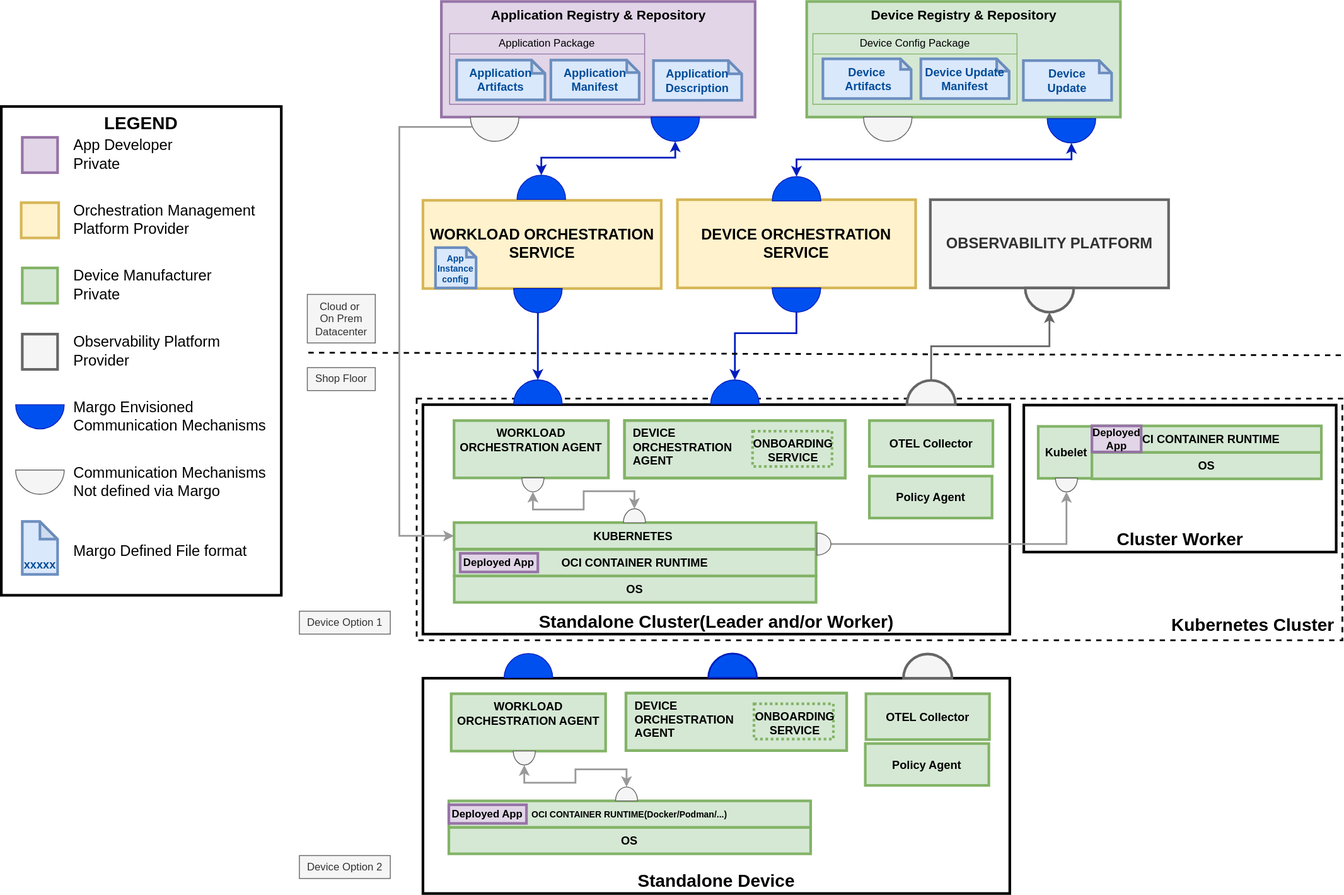
The draw.io diagram system-design/figures/System-design.drawio.svg in margo/specification, before a commit. Source tidied: cells renumbered, new cells last; positions are measured from the earlier drawing's top-left corner, leaving out a move shared by most shapes.
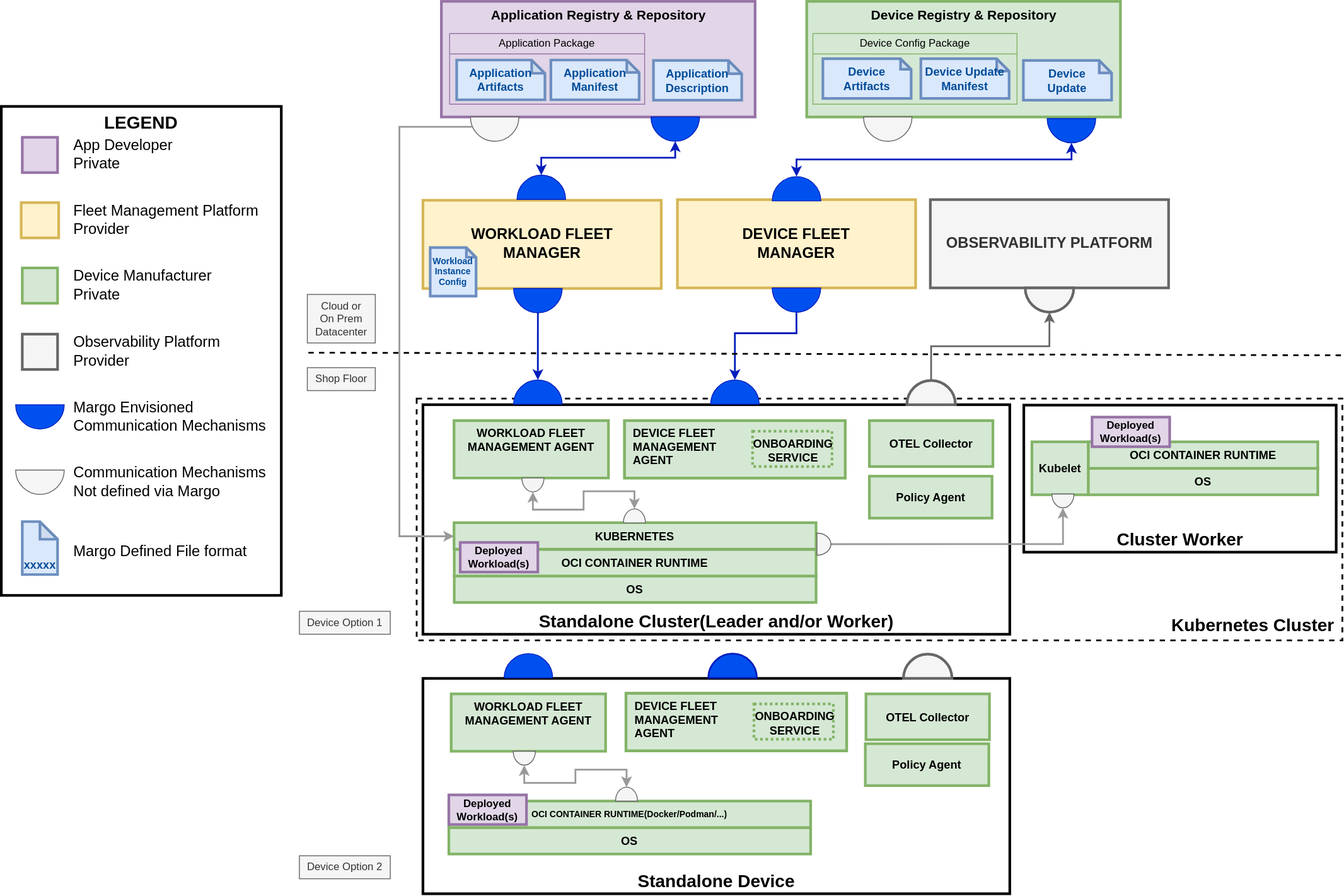
Above is the later version.

Commit message:
Updated System Design based on new technical lexicon Signed-off-by: Armand Craig <ajcraig@rockwellautomation.com>

Change to the diagram source:
```diff
@@ -22,13 +22,13 @@
     <mxCell id="6" style="verticalLabelPosition=bottom;verticalAlign=top;html=1;shape=mxgraph.basic.half_circle;fillColor=#0050ef;rounded=0;fontFamily=Helvetica;fontColor=#ffffff;strokeColor=#001DBC;fontStyle=0;" parent="1" vertex="1">
       <mxGeometry x="736.2" y="308" width="55" height="27.5" as="geometry" />
     </mxCell>
-    <mxCell id="7" value="WORKLOAD ORCHESTRATION SERVICE" style="whiteSpace=wrap;align=center;verticalAlign=middle;fontStyle=1;strokeWidth=3;fillColor=#fff2cc;strokeColor=#d6b656;fontSize=17;rounded=0;spacingRight=5;spacingLeft=5;fontFamily=Helvetica;" parent="1" vertex="1">
+    <mxCell id="7" value="WORKLOAD FLEET &#10;MANAGER" style="whiteSpace=wrap;align=center;verticalAlign=middle;fontStyle=1;strokeWidth=3;fillColor=#fff2cc;strokeColor=#d6b656;fontSize=17;rounded=0;spacingRight=5;spacingLeft=5;fontFamily=Helvetica;" parent="1" vertex="1">
       <mxGeometry x="477.8" y="402.3" width="270" height="100" as="geometry" />
     </mxCell>
     <mxCell id="8" style="verticalLabelPosition=bottom;verticalAlign=top;html=1;shape=mxgraph.basic.half_circle;fillColor=#0050ef;rotation=-180;rounded=0;fontFamily=Helvetica;fontColor=#ffffff;strokeColor=#001DBC;fontStyle=0;" parent="1" vertex="1">
       <mxGeometry x="584.4" y="373.8" width="55" height="27.5" as="geometry" />
     </mxCell>
-    <mxCell id="9" value="DEVICE ORCHESTRATION SERVICE" style="whiteSpace=wrap;align=center;verticalAlign=middle;fontStyle=1;strokeWidth=3;fillColor=#fff2cc;strokeColor=#d6b656;fontSize=17;rounded=0;spacingRight=5;spacingLeft=5;fontFamily=Helvetica;fontColor=default;" parent="1" vertex="1">
+    <mxCell id="9" value="DEVICE FLEET&#10;MANAGER" style="whiteSpace=wrap;align=center;verticalAlign=middle;fontStyle=1;strokeWidth=3;fillColor=#fff2cc;strokeColor=#d6b656;fontSize=17;rounded=0;spacingRight=5;spacingLeft=5;fontFamily=Helvetica;fontColor=default;" parent="1" vertex="1">
       <mxGeometry x="766.1" y="401.6" width="270" height="100" as="geometry" />
     </mxCell>
     <mxCell id="10" style="edgeStyle=orthogonalEdgeStyle;rounded=0;jettySize=auto;html=1;fillColor=#0050ef;strokeColor=#001DBC;startArrow=none;startFill=0;strokeWidth=2;fontFamily=Helvetica;exitX=0.5;exitY=1;exitDx=0;exitDy=0;exitPerimeter=0;entryX=0.5;entryY=1;entryDx=0;entryDy=0;entryPerimeter=0;align=center;verticalAlign=middle;fontSize=11;fontColor=default;labelBackgroundColor=default;elbow=horizontal;endArrow=classic;fontStyle=0;" parent="1" edge="1" source="11" target="40">
@@ -67,7 +67,7 @@
       <mxGeometry x="1158.7" y="634.4" width="354" height="166.6" as="geometry" />
     </mxCell>
     <mxCell id="20" value="Kubelet" style="whiteSpace=wrap;align=center;verticalAlign=middle;fontStyle=1;strokeWidth=3;fontSize=13;rounded=0;fillColor=#d5e8d4;strokeColor=#82b366;fontFamily=Helvetica;" parent="1" vertex="1">
-      <mxGeometry x="1175" y="658.6" width="64" height="58.8" as="geometry" />
+      <mxGeometry x="1167.8" y="676" width="64" height="60" as="geometry" />
     </mxCell>
     <mxCell id="21" style="edgeStyle=orthogonalEdgeStyle;rounded=0;jettySize=auto;html=1;exitX=0.5;exitY=1;exitDx=0;exitDy=0;startArrow=classic;startFill=1;fillColor=#dae8fc;strokeColor=#999999;fontSize=11;verticalAlign=middle;strokeWidth=2;exitPerimeter=0;entryX=0.5;entryY=1;entryDx=0;entryDy=0;entryPerimeter=0;align=center;fontFamily=Helvetica;fontColor=default;labelBackgroundColor=default;endArrow=classic;fontStyle=0;elbow=horizontal;endFill=1;" parent="1" edge="1" source="42" target="22">
       <mxGeometry relative="1" as="geometry" />
@@ -84,14 +84,14 @@
     <mxCell id="25" style="verticalLabelPosition=bottom;verticalAlign=middle;html=1;shape=mxgraph.basic.half_circle;fillColor=#f5f5f5;strokeColor=#666666;rounded=0;fontColor=#333333;rotation=-180;fontFamily=Helvetica;fontStyle=1;strokeWidth=3;align=center;fontSize=12;" parent="1" vertex="1">
       <mxGeometry x="1022.3" y="916.5" width="55" height="27.5" as="geometry" />
     </mxCell>
-    <mxCell id="26" value="WORKLOAD&#10;ORCHESTRATION AGENT" style="whiteSpace=wrap;align=center;verticalAlign=top;fontStyle=1;strokeWidth=3;fontSize=13;rounded=0;fontFamily=Helvetica;fillColor=#d5e8d4;strokeColor=#82b366;" parent="1" vertex="1">
+    <mxCell id="26" value="WORKLOAD FLEET MANAGEMENT AGENT" style="whiteSpace=wrap;align=center;verticalAlign=top;fontStyle=1;strokeWidth=3;fontSize=13;rounded=0;fontFamily=Helvetica;fillColor=#d5e8d4;strokeColor=#82b366;" parent="1" vertex="1">
       <mxGeometry x="509.8" y="961.6" width="175" height="65" as="geometry" />
     </mxCell>
     <mxCell id="27" style="verticalLabelPosition=bottom;verticalAlign=top;html=1;shape=mxgraph.basic.half_circle;fillColor=#0050ef;rotation=-180;rounded=0;fontFamily=Helvetica;fontColor=#ffffff;strokeColor=#001DBC;fontStyle=0;" parent="1" vertex="1">
       <mxGeometry x="569.8" y="916" width="55" height="27.5" as="geometry" />
     </mxCell>
     <mxCell id="28" style="verticalLabelPosition=bottom;verticalAlign=top;html=1;shape=mxgraph.basic.half_circle;fillColor=#f5f5f5;rotation=0;rounded=0;fontFamily=Helvetica;fontColor=#333333;strokeColor=#666666;fontStyle=0;" parent="1" vertex="1">
-      <mxGeometry x="1194.5" y="717.1" width="25" height="15.8" as="geometry" />
+      <mxGeometry x="1190.5" y="735.1" width="25" height="15.8" as="geometry" />
     </mxCell>
     <mxCell id="29" value="Policy Agent" style="whiteSpace=wrap;align=center;verticalAlign=middle;fontStyle=1;strokeWidth=3;fontSize=13;rounded=0;fillColor=#d5e8d4;strokeColor=#82b366;fontFamily=Helvetica;" parent="1" vertex="1">
       <mxGeometry x="983.7" y="714.9" width="139" height="47.5" as="geometry" />
@@ -99,7 +99,7 @@
     <mxCell id="30" value="OTEL Collector" style="whiteSpace=wrap;align=center;verticalAlign=middle;fontStyle=1;strokeWidth=3;fontSize=13;rounded=0;fillColor=#d5e8d4;strokeColor=#82b366;fontFamily=Helvetica;" parent="1" vertex="1">
       <mxGeometry x="983.7" y="652" width="140" height="52" as="geometry" />
     </mxCell>
-    <mxCell id="31" value="WORKLOAD&#10;ORCHESTRATION AGENT" style="whiteSpace=wrap;align=center;verticalAlign=top;fontStyle=1;strokeWidth=3;fontSize=13;rounded=0;fontFamily=Helvetica;fillColor=#d5e8d4;strokeColor=#82b366;" parent="1" vertex="1">
+    <mxCell id="31" value="WORKLOAD FLEET MANAGEMENT AGENT" style="whiteSpace=wrap;align=center;verticalAlign=top;fontStyle=1;strokeWidth=3;fontSize=13;rounded=0;fontFamily=Helvetica;fillColor=#d5e8d4;strokeColor=#82b366;" parent="1" vertex="1">
       <mxGeometry x="513" y="652" width="175" height="65" as="geometry" />
     </mxCell>
     <mxCell id="32" style="edgeStyle=orthogonalEdgeStyle;rounded=0;jettySize=auto;html=1;exitX=0.5;exitY=1;exitDx=0;exitDy=0;exitPerimeter=0;entryX=0.5;entryY=1;entryDx=0;entryDy=0;entryPerimeter=0;strokeColor=#999999;strokeWidth=2;align=center;verticalAlign=middle;fontFamily=Helvetica;fontSize=11;fontColor=default;labelBackgroundColor=default;startArrow=none;startFill=0;endArrow=classic;fillColor=#dae8fc;fontStyle=0;elbow=horizontal;endFill=1;" parent="1" edge="1" source="83" target="28">
@@ -111,7 +111,7 @@
     <mxCell id="34" style="group;rounded=0;strokeColor=#82b366;strokeWidth=3;align=center;verticalAlign=top;fontFamily=Helvetica;fontSize=13;fontColor=default;fontStyle=1;fillColor=#d5e8d4;" parent="33" vertex="1">
       <mxGeometry width="250" height="65" as="geometry" />
     </mxCell>
-    <mxCell id="35" value="DEVICE&#10;ORCHESTRATION&#10;AGENT" style="whiteSpace=wrap;align=left;verticalAlign=top;fontStyle=1;strokeWidth=3;fillColor=#d5e8d4;strokeColor=#82b366;fontSize=13;rounded=0;spacingRight=5;spacingLeft=8;fontColor=default;fontFamily=Helvetica;" parent="34" vertex="1">
+    <mxCell id="35" value="DEVICE FLEET &#10;MANAGEMENT&#10;AGENT" style="whiteSpace=wrap;align=left;verticalAlign=top;fontStyle=1;strokeWidth=3;fillColor=#d5e8d4;strokeColor=#82b366;fontSize=13;rounded=0;spacingRight=5;spacingLeft=8;fontColor=default;fontFamily=Helvetica;" parent="34" vertex="1">
       <mxGeometry width="250" height="65" as="geometry" />
     </mxCell>
     <mxCell id="36" value="ONBOARDING SERVICE" style="whiteSpace=wrap;align=center;verticalAlign=top;fontStyle=1;strokeWidth=3;fillColor=#d5e8d4;strokeColor=#82b366;fontSize=13;rounded=0;spacingRight=5;spacingLeft=8;fontColor=default;dashed=1;dashPattern=1 1;fontFamily=Helvetica;" parent="34" vertex="1">
@@ -206,8 +206,8 @@
     <mxCell id="58" value="Application Description" style="shape=note;whiteSpace=wrap;html=1;backgroundOutline=1;darkOpacity=0.05;rounded=0;hachureGap=4;fontFamily=Helvetica;fontSize=13;fillColor=#dae8fc;strokeColor=#6c8ebf;fontColor=#004C99;fontStyle=1;verticalAlign=middle;size=15;labelBackgroundColor=none;labelBorderColor=none;strokeWidth=3;" parent="1" vertex="1">
       <mxGeometry x="739" y="244" width="100" height="45" as="geometry" />
     </mxCell>
-    <mxCell id="59" value="App&lt;br&gt;Instance&lt;br&gt;config" style="shape=note;whiteSpace=wrap;html=1;backgroundOutline=1;darkOpacity=0.05;rounded=0;hachureGap=4;fontFamily=Helvetica;fontSize=10;fillColor=#dae8fc;strokeColor=#6c8ebf;fontColor=#004C99;fontStyle=1;verticalAlign=top;size=11;strokeWidth=3;" parent="1" vertex="1">
-      <mxGeometry x="492" y="455.9" width="46" height="45.7" as="geometry" />
+    <mxCell id="59" value="Workload&lt;div&gt;Instance&lt;/div&gt;&lt;div&gt;Config&lt;/div&gt;" style="shape=note;whiteSpace=wrap;html=1;backgroundOutline=1;darkOpacity=0.05;rounded=0;hachureGap=4;fontFamily=Helvetica;fontSize=10;fillColor=#dae8fc;strokeColor=#6c8ebf;fontColor=#004C99;fontStyle=1;verticalAlign=middle;size=11;strokeWidth=3;" parent="1" vertex="1">
+      <mxGeometry x="486" y="455.9" width="52" height="55.1" as="geometry" />
     </mxCell>
     <mxCell id="60" value="Device&lt;br&gt;Update" style="shape=note;whiteSpace=wrap;html=1;backgroundOutline=1;darkOpacity=0.05;rounded=0;hachureGap=4;fontFamily=Helvetica;fontSize=13;fillColor=#dae8fc;strokeColor=#6c8ebf;fontColor=#004C99;fontStyle=1;verticalAlign=middle;size=14;labelBackgroundColor=none;labelBorderColor=none;strokeWidth=3;" parent="1" vertex="1">
       <mxGeometry x="1158.2" y="244" width="100" height="45" as="geometry" />
@@ -218,7 +218,7 @@
     <mxCell id="62" style="group;rounded=0;strokeColor=#82b366;strokeWidth=3;align=center;verticalAlign=top;fontFamily=Helvetica;fontSize=13;fontColor=default;fontStyle=1;fillColor=#d5e8d4;" parent="61" vertex="1">
       <mxGeometry width="250" height="65" as="geometry" />
     </mxCell>
-    <mxCell id="63" value="DEVICE&#10;ORCHESTRATION&#10;AGENT" style="whiteSpace=wrap;align=left;verticalAlign=top;fontStyle=1;strokeWidth=3;fillColor=#d5e8d4;strokeColor=#82b366;fontSize=13;rounded=0;spacingRight=5;spacingLeft=8;fontColor=default;fontFamily=Helvetica;" parent="62" vertex="1">
+    <mxCell id="63" value="DEVICE FLEET &#10;MANAGEMENT&#10;AGENT" style="whiteSpace=wrap;align=left;verticalAlign=top;fontStyle=1;strokeWidth=3;fillColor=#d5e8d4;strokeColor=#82b366;fontSize=13;rounded=0;spacingRight=5;spacingLeft=8;fontColor=default;fontFamily=Helvetica;" parent="62" vertex="1">
       <mxGeometry width="250" height="65" as="geometry" />
     </mxCell>
     <mxCell id="64" value="ONBOARDING SERVICE" style="whiteSpace=wrap;align=center;verticalAlign=top;fontStyle=1;strokeWidth=3;fillColor=#d5e8d4;strokeColor=#82b366;fontSize=13;rounded=0;spacingRight=5;spacingLeft=8;fontColor=default;dashed=1;dashPattern=1 1;fontFamily=Helvetica;" parent="62" vertex="1">
@@ -242,8 +242,8 @@
     <mxCell id="70" value="OCI CONTAINER RUNTIME" style="whiteSpace=wrap;align=center;verticalAlign=middle;fontStyle=1;strokeWidth=3;fillColor=#d5e8d4;strokeColor=#82b366;fontSize=13;rounded=0;spacingRight=5;spacingLeft=5;fontFamily=Helvetica;" parent="68" vertex="1">
       <mxGeometry width="410" height="30" as="geometry" />
     </mxCell>
-    <mxCell id="71" value="Deployed App" style="rounded=0;whiteSpace=wrap;html=1;strokeColor=#9673a6;strokeWidth=3;align=center;verticalAlign=middle;fontFamily=Helvetica;fontSize=12;fontColor=default;fontStyle=1;fillColor=#e1d5e7;" parent="68" vertex="1">
-      <mxGeometry x="6.8" y="4.4" width="88" height="21.1" as="geometry" />
+    <mxCell id="71" value="Deployed&lt;div&gt;Workload(s)&lt;/div&gt;" style="rounded=0;whiteSpace=wrap;html=1;strokeColor=#9673a6;strokeWidth=3;align=center;verticalAlign=middle;fontFamily=Helvetica;fontSize=12;fontColor=default;fontStyle=1;fillColor=#e1d5e7;" parent="68" vertex="1">
+      <mxGeometry x="6.8" y="-8" width="88" height="33.6" as="geometry" />
     </mxCell>
     <mxCell id="72" style="group;" parent="1" vertex="1">
       <mxGeometry x="507.1" y="1083" width="410" height="60" as="geometry" />
@@ -254,11 +254,11 @@
     <mxCell id="74" value="OCI CONTAINER RUNTIME(Docker/Podman/...)" style="whiteSpace=wrap;align=center;verticalAlign=middle;fontStyle=1;strokeWidth=3;fillColor=#d5e8d4;strokeColor=#82b366;fontSize=10;rounded=0;spacingRight=5;spacingLeft=5;fontFamily=Helvetica;" parent="72" vertex="1">
       <mxGeometry width="410" height="30" as="geometry" />
     </mxCell>
-    <mxCell id="75" value="Deployed App" style="rounded=0;whiteSpace=wrap;html=1;strokeColor=#9673a6;strokeWidth=3;align=center;verticalAlign=middle;fontFamily=Helvetica;fontSize=12;fontColor=default;fontStyle=1;fillColor=#e1d5e7;" parent="72" vertex="1">
-      <mxGeometry y="4.4" width="88" height="21.1" as="geometry" />
-    </mxCell>
+    <mxCell id="99" value="Deployed&lt;div&gt;Workload(s)&lt;/div&gt;" style="rounded=0;whiteSpace=wrap;html=1;strokeColor=#9673a6;strokeWidth=3;align=center;verticalAlign=middle;fontFamily=Helvetica;fontSize=12;fontColor=default;fontStyle=1;fillColor=#e1d5e7;" parent="72" vertex="1">
+      <mxGeometry y="-7" width="88" height="33.6" as="geometry" />
+    </mxCell>
     <mxCell id="76" style="group;" parent="1" vertex="1">
-      <mxGeometry x="1235.8" y="658" width="260" height="60" as="geometry" />
+      <mxGeometry x="1231.8" y="676" width="260" height="60" as="geometry" />
     </mxCell>
     <mxCell id="77" value="OS" style="whiteSpace=wrap;align=center;verticalAlign=middle;fontStyle=1;strokeWidth=3;fillColor=#d5e8d4;strokeColor=#82b366;fontSize=13;rounded=0;spacingRight=5;spacingLeft=5;fontFamily=Helvetica;" parent="76" vertex="1">
       <mxGeometry y="30" width="260" height="30" as="geometry" />
@@ -266,9 +266,6 @@
     <mxCell id="78" value="OCI CONTAINER RUNTIME" style="whiteSpace=wrap;align=center;verticalAlign=middle;fontStyle=1;strokeWidth=3;fillColor=#d5e8d4;strokeColor=#82b366;fontSize=13;rounded=0;spacingRight=5;spacingLeft=5;fontFamily=Helvetica;" parent="76" vertex="1">
       <mxGeometry width="260" height="30" as="geometry" />
     </mxCell>
-    <mxCell id="79" value="Deployed App" style="rounded=0;whiteSpace=wrap;html=1;strokeColor=#9673a6;strokeWidth=3;align=center;verticalAlign=middle;fontFamily=Helvetica;fontSize=12;fontColor=default;fontStyle=1;fillColor=#e1d5e7;" parent="76" vertex="1">
-      <mxGeometry width="55.8" height="29.6" as="geometry" />
-    </mxCell>
     <mxCell id="80" style="edgeStyle=orthogonalEdgeStyle;rounded=0;jettySize=auto;html=1;exitX=0.5;exitY=1;exitDx=0;exitDy=0;startArrow=classic;startFill=1;fillColor=#dae8fc;strokeColor=#999999;fontSize=11;verticalAlign=middle;strokeWidth=2;exitPerimeter=0;entryX=0.5;entryY=1;entryDx=0;entryDy=0;entryPerimeter=0;align=center;fontFamily=Helvetica;fontColor=default;labelBackgroundColor=default;endArrow=classic;fontStyle=0;elbow=horizontal;endFill=1;" parent="1" edge="1" source="82" target="81">
       <mxGeometry relative="1" as="geometry" />
     </mxCell>
@@ -305,7 +302,7 @@
     <mxCell id="91" style="whiteSpace=wrap;align=center;verticalAlign=middle;fontStyle=1;strokeWidth=3;fillColor=#fff2cc;strokeColor=#d6b656;fontSize=17;rounded=0;fontFamily=Helvetica;" parent="1" vertex="1">
       <mxGeometry x="22.5" y="405" width="42.5" height="40" as="geometry" />
     </mxCell>
-    <mxCell id="92" value="Orchestration Management Platform Provider" style="text;html=1;strokeColor=none;fillColor=none;align=left;verticalAlign=middle;whiteSpace=wrap;rounded=0;fontSize=17;fontFamily=Helvetica;" parent="1" vertex="1">
+    <mxCell id="92" value="Fleet Management Platform Provider" style="text;html=1;strokeColor=none;fillColor=none;align=left;verticalAlign=middle;whiteSpace=wrap;rounded=0;fontSize=17;fontFamily=Helvetica;" parent="1" vertex="1">
       <mxGeometry x="80" y="410" width="242.5" height="30" as="geometry" />
     </mxCell>
     <mxCell id="93" value="xxxxx" style="shape=note;whiteSpace=wrap;html=1;backgroundOutline=1;darkOpacity=0.05;rounded=0;hachureGap=4;fontFamily=Helvetica;fontSize=13;fillColor=#dae8fc;strokeColor=#6c8ebf;fontColor=#004C99;fontStyle=1;verticalAlign=bottom;size=20;strokeWidth=3;" parent="1" vertex="1">
@@ -326,5 +323,8 @@
     <mxCell id="98" value="Observability Platform&lt;br&gt;Provider" style="text;html=1;strokeColor=none;fillColor=none;align=left;verticalAlign=middle;whiteSpace=wrap;rounded=0;fontSize=17;fontFamily=Helvetica;" parent="1" vertex="1">
       <mxGeometry x="80" y="559" width="242.5" height="30" as="geometry" />
     </mxCell>
+    <mxCell id="100" value="Deployed&lt;div&gt;Workload(s)&lt;/div&gt;" style="rounded=0;whiteSpace=wrap;html=1;strokeColor=#9673a6;strokeWidth=3;align=center;verticalAlign=middle;fontFamily=Helvetica;fontSize=12;fontColor=default;fontStyle=1;fillColor=#e1d5e7;" parent="1" vertex="1">
+      <mxGeometry x="1236" y="648" width="88" height="33.6" as="geometry" />
+    </mxCell>
   </root>
 </mxGraphModel>
```
